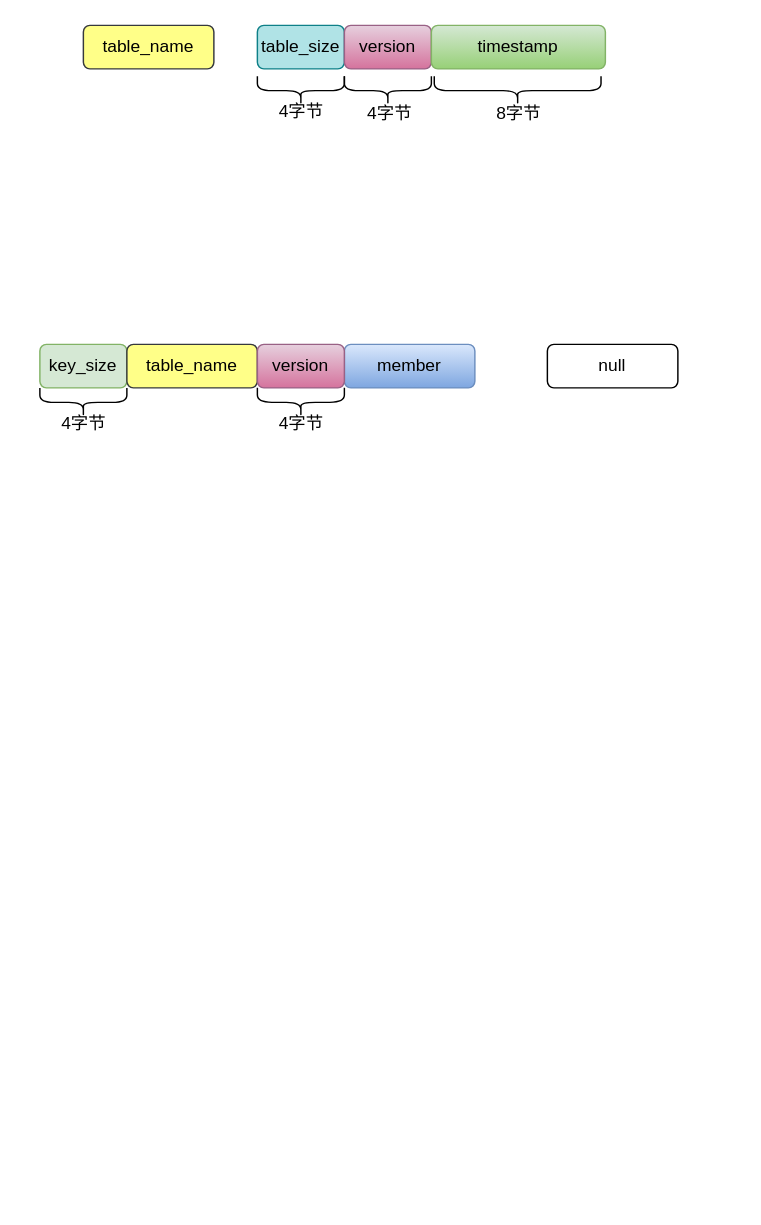
The draw.io diagram images/ocean_store.drawio in rich-broad/ocean_storage, before the edit. Source tidied: cells renumbered, new cells numbered last; positions are measured from the earlier drawing's top-left corner, leaving out a move shared by most shapes. Both pictures are drawn from the tidied source at 145%, with x=0, y=0 at pixel (39, 7).
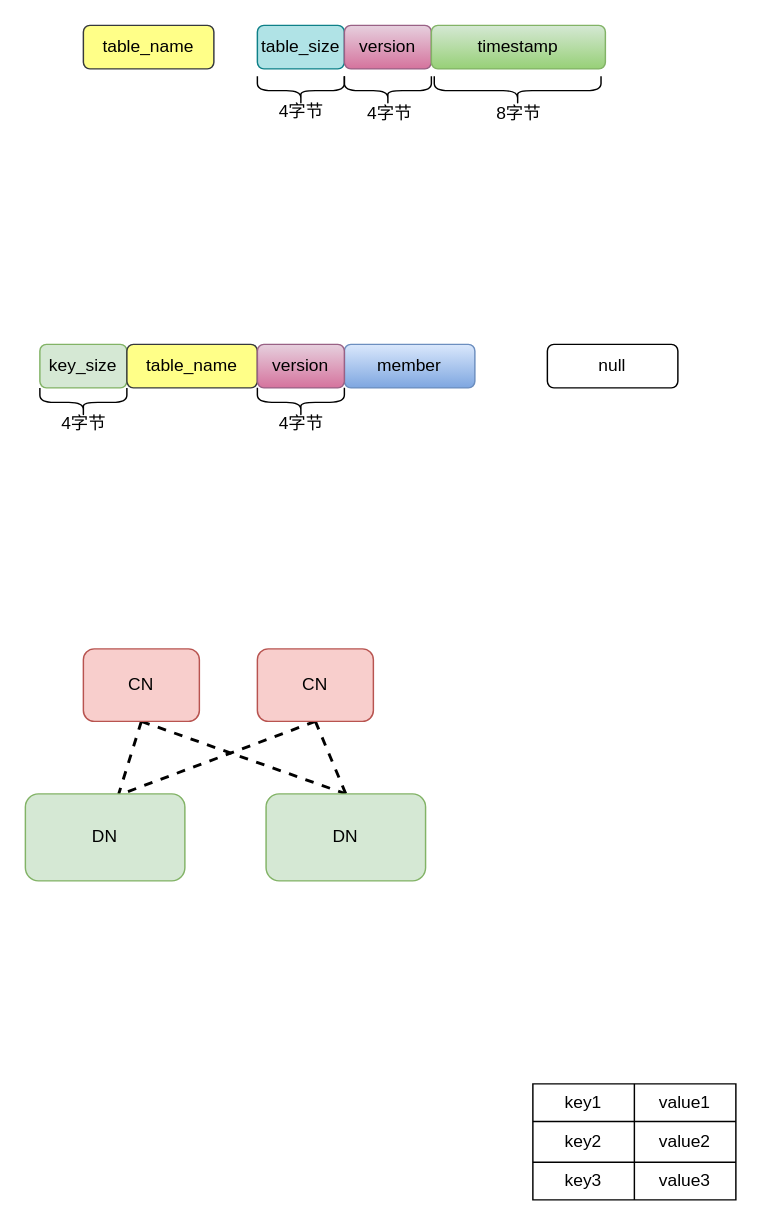
The same page after the edit.

The edit, as a diff of the source:
```diff
@@
+    <mxCell id="21" style="rounded=0;jettySize=auto;html=1;exitX=0.5;exitY=1;exitDx=0;exitDy=0;endArrow=none;endFill=0;dashed=1;strokeWidth=2;" parent="1" edge="1" source="23" target="27">
+      <mxGeometry relative="1" as="geometry" />
+    </mxCell>
+    <mxCell id="22" style="edgeStyle=none;rounded=0;jettySize=auto;html=1;exitX=0.5;exitY=1;exitDx=0;exitDy=0;entryX=0.5;entryY=0;entryDx=0;entryDy=0;dashed=1;endArrow=none;endFill=0;strokeWidth=2;" parent="1" edge="1" source="23" target="28">
+      <mxGeometry relative="1" as="geometry" />
+    </mxCell>
+    <mxCell id="23" value="CN" style="rounded=1;whiteSpace=wrap;html=1;fillColor=#f8cecc;strokeColor=#b85450;" parent="1" vertex="1">
+      <mxGeometry x="30" y="442" width="80" height="50" as="geometry" />
+    </mxCell>
+    <mxCell id="24" style="edgeStyle=none;rounded=0;jettySize=auto;html=1;exitX=0.5;exitY=1;exitDx=0;exitDy=0;dashed=1;endArrow=none;endFill=0;strokeWidth=2;entryX=0.571;entryY=0.023;entryDx=0;entryDy=0;entryPerimeter=0;" parent="1" edge="1" source="26" target="27">
+      <mxGeometry relative="1" as="geometry" />
+    </mxCell>
+    <mxCell id="25" style="edgeStyle=none;rounded=0;jettySize=auto;html=1;exitX=0.5;exitY=1;exitDx=0;exitDy=0;entryX=0.5;entryY=0;entryDx=0;entryDy=0;dashed=1;endArrow=none;endFill=0;strokeWidth=2;" parent="1" edge="1" source="26" target="28">
+      <mxGeometry relative="1" as="geometry" />
+    </mxCell>
+    <mxCell id="26" value="CN" style="rounded=1;whiteSpace=wrap;html=1;fillColor=#f8cecc;strokeColor=#b85450;" parent="1" vertex="1">
+      <mxGeometry x="150" y="442" width="80" height="50" as="geometry" />
+    </mxCell>
+    <mxCell id="27" value="DN" style="rounded=1;whiteSpace=wrap;html=1;fillColor=#d5e8d4;strokeColor=#82b366;" parent="1" vertex="1">
+      <mxGeometry x="-10" y="542" width="110" height="60" as="geometry" />
+    </mxCell>
+    <mxCell id="28" value="DN" style="rounded=1;whiteSpace=wrap;html=1;fillColor=#d5e8d4;strokeColor=#82b366;" parent="1" vertex="1">
+      <mxGeometry x="156" y="542" width="110" height="60" as="geometry" />
+    </mxCell>
+    <mxCell id="29" style="shape=table;startSize=0;childLayout=tableLayout;" parent="1" vertex="1">
+      <mxGeometry x="340" y="742" width="140" height="80" as="geometry" />
+    </mxCell>
+    <mxCell id="30" style="shape=tableRow;horizontal=0;startSize=0;swimlaneHead=0;swimlaneBody=0;top=0;left=0;bottom=0;right=0;fillColor=none;" parent="29" vertex="1">
+      <mxGeometry width="140" height="26" as="geometry" />
+    </mxCell>
+    <mxCell id="31" value="key1" style="shape=partialRectangle;html=1;whiteSpace=wrap;overflow=hidden;fillColor=none;top=0;left=0;bottom=0;right=0;" parent="30" vertex="1">
+      <mxGeometry width="70" height="26" as="geometry" />
+    </mxCell>
+    <mxCell id="32" value="value1" style="shape=partialRectangle;html=1;whiteSpace=wrap;overflow=hidden;fillColor=none;top=0;left=0;bottom=0;right=0;" parent="30" vertex="1">
+      <mxGeometry x="70" width="70" height="26" as="geometry" />
+    </mxCell>
+    <mxCell id="33" style="shape=tableRow;horizontal=0;startSize=0;swimlaneHead=0;swimlaneBody=0;top=0;left=0;bottom=0;right=0;fillColor=none;" parent="29" vertex="1">
+      <mxGeometry y="26" width="140" height="28" as="geometry" />
+    </mxCell>
+    <mxCell id="34" value="key2" style="shape=partialRectangle;html=1;whiteSpace=wrap;overflow=hidden;fillColor=none;top=0;left=0;bottom=0;right=0;" parent="33" vertex="1">
+      <mxGeometry width="70" height="28" as="geometry" />
+    </mxCell>
+    <mxCell id="35" value="value2" style="shape=partialRectangle;html=1;whiteSpace=wrap;overflow=hidden;fillColor=none;top=0;left=0;bottom=0;right=0;" parent="33" vertex="1">
+      <mxGeometry x="70" width="70" height="28" as="geometry" />
+    </mxCell>
+    <mxCell id="36" style="shape=tableRow;horizontal=0;startSize=0;swimlaneHead=0;swimlaneBody=0;top=0;left=0;bottom=0;right=0;fillColor=none;" parent="29" vertex="1">
+      <mxGeometry y="54" width="140" height="26" as="geometry" />
+    </mxCell>
+    <mxCell id="37" value="key3" style="shape=partialRectangle;html=1;whiteSpace=wrap;overflow=hidden;fillColor=none;top=0;left=0;bottom=0;right=0;" parent="36" vertex="1">
+      <mxGeometry width="70" height="26" as="geometry" />
+    </mxCell>
+    <mxCell id="38" value="value3" style="shape=partialRectangle;html=1;whiteSpace=wrap;overflow=hidden;fillColor=none;top=0;left=0;bottom=0;right=0;" parent="36" vertex="1">
+      <mxGeometry x="70" width="70" height="26" as="geometry" />
+    </mxCell>
```
